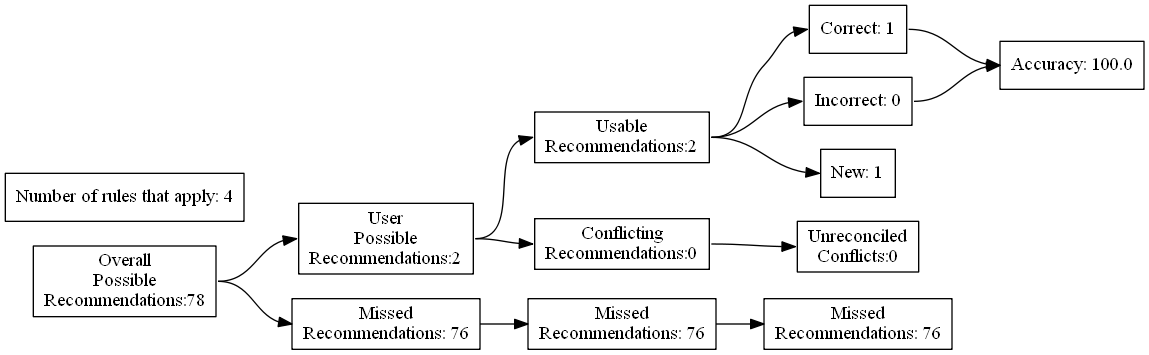
Earlier version of the Graphviz export test_renders/53.gv.png (ZaxR/ibd_diet_analysis). Its source is kept beside it as test_renders/53.gv.
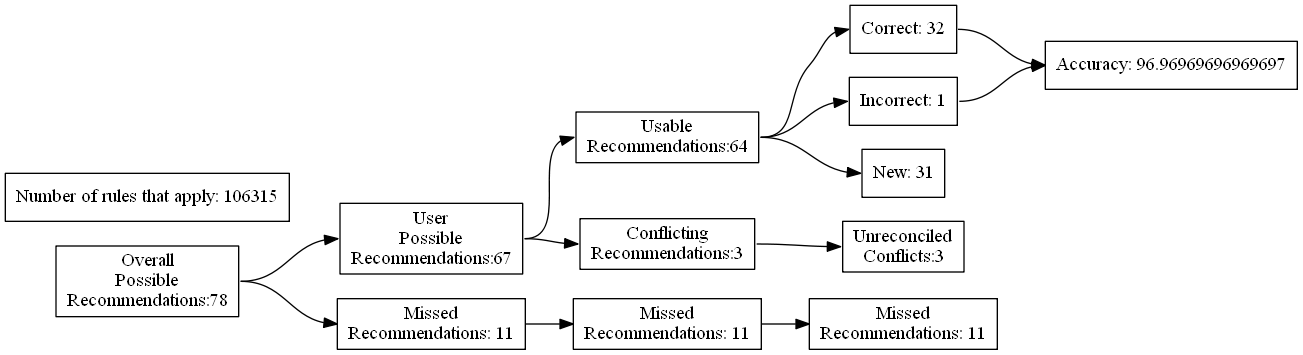
Later version of the same file.

What changed in the source:
```diff
@@ -7,24 +7,24 @@
 Recommendations:78"]
 		B [label="User
 Possible
-Recommendations:2"]
+Recommendations:67"]
 		C [label="Missed
-Recommendations: 76"]
+Recommendations: 11"]
 		D [label="Usable
-Recommendations:2"]
+Recommendations:64"]
 		E [label="Conflicting
-Recommendations:0"]
+Recommendations:3"]
 		J [label="Missed
-Recommendations: 76"]
+Recommendations: 11"]
 		M [label="Unreconciled
-Conflicts:0"]
-		F [label="Correct: 1"]
-		G [label="Incorrect: 0"]
-		H [label="New: 1"]
+Conflicts:3"]
+		F [label="Correct: 32"]
+		G [label="Incorrect: 1"]
+		H [label="New: 31"]
 		K [label="Missed
-Recommendations: 76"]
-		I [label="Accuracy: 100.0"]
-		l [label="Number of rules that apply: 4"]
+Recommendations: 11"]
+		I [label="Accuracy: 96.96969696969697"]
+		l [label="Number of rules that apply: 106315"]
 			A -> B
 			A -> C
 			B -> D
```
